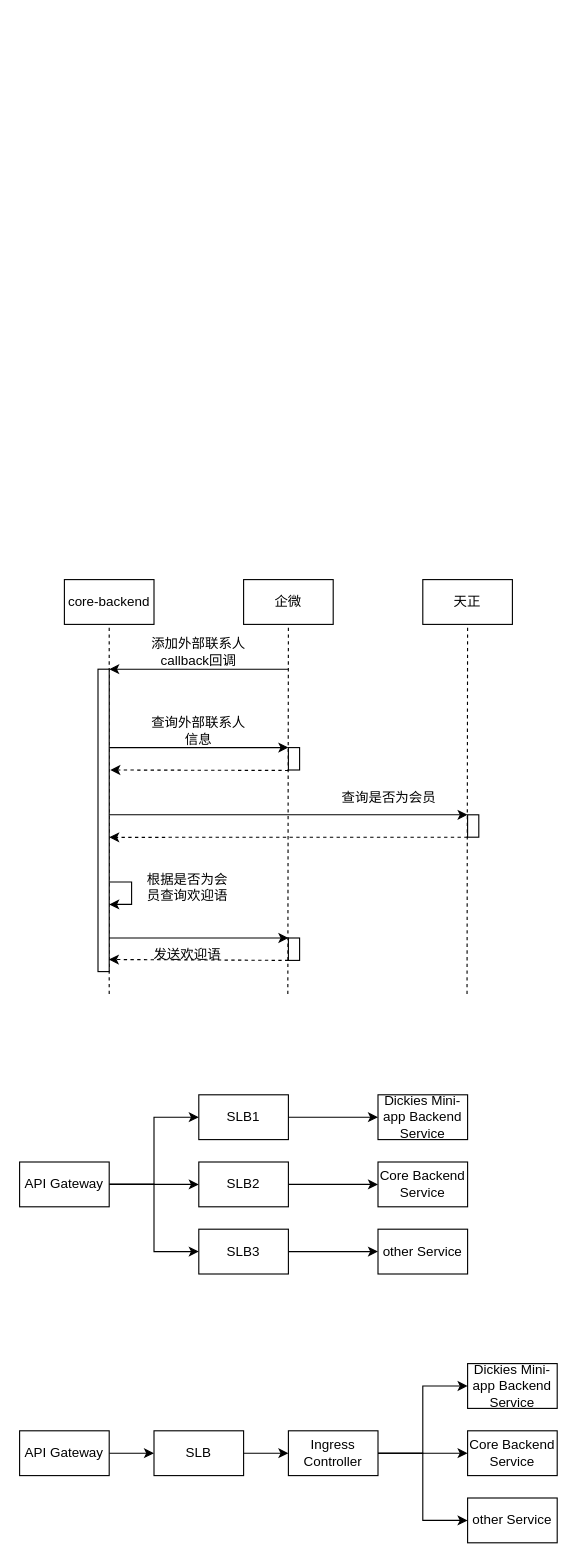
This is VF/发送欢迎语.drawio from yeahsyoung/diagram, a draw.io file, before an edit. Source tidied: cells renumbered, new cells numbered last; positions are measured from the earlier drawing's top-left corner, leaving out a move shared by most shapes. Both pictures are drawn from the tidied source at 112%, with x=0, y=0 at pixel (19, 579).
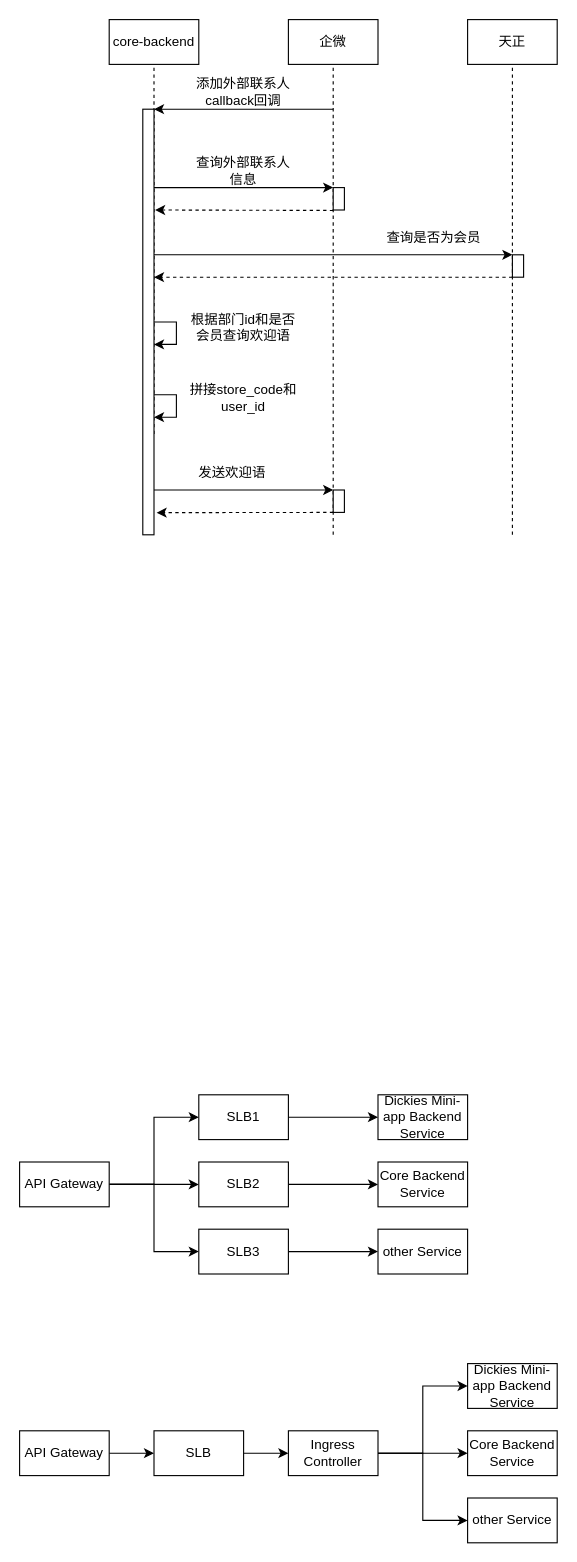
The same diagram, later.

Commit message:
更新发送欢迎语.drawio

Diff of the diagram source:
```diff
@@
     <mxCell id="2" value="core-backend" style="rounded=0;whiteSpace=wrap;html=1;" parent="1" vertex="1">
-      <mxGeometry x="40" width="80" height="40" as="geometry" />
+      <mxGeometry x="80" y="-500" width="80" height="40" as="geometry" />
     </mxCell>
     <mxCell id="3" value="企微" style="rounded=0;whiteSpace=wrap;html=1;" parent="1" vertex="1">
-      <mxGeometry x="200" width="80" height="40" as="geometry" />
+      <mxGeometry x="240" y="-500" width="80" height="40" as="geometry" />
     </mxCell>
     <mxCell id="4" value="天正" style="rounded=0;whiteSpace=wrap;html=1;" parent="1" vertex="1">
-      <mxGeometry x="360" width="80" height="40" as="geometry" />
+      <mxGeometry x="400" y="-500" width="80" height="40" as="geometry" />
     </mxCell>
     <mxCell id="5" style="endArrow=none;dashed=1;html=1;rounded=0;entryX=0.5;entryY=1;entryDx=0;entryDy=0;" parent="1" edge="1" target="2">
       <mxGeometry relative="1" as="geometry">
-        <mxPoint x="80" y="370" as="sourcePoint" />
+        <mxPoint x="120" y="-130" as="sourcePoint" />
       </mxGeometry>
     </mxCell>
     <mxCell id="6" style="endArrow=none;dashed=1;html=1;rounded=0;entryX=0.5;entryY=1;entryDx=0;entryDy=0;" parent="1" edge="1" target="3">
       <mxGeometry relative="1" as="geometry">
-        <mxPoint x="239.5" y="370" as="sourcePoint" />
+        <mxPoint x="280" y="-40" as="sourcePoint" />
       </mxGeometry>
     </mxCell>
     <mxCell id="7" style="endArrow=none;dashed=1;html=1;rounded=0;entryX=0.5;entryY=1;entryDx=0;entryDy=0;" parent="1" edge="1" target="4">
       <mxGeometry relative="1" as="geometry">
-        <mxPoint x="399.5" y="370" as="sourcePoint" />
+        <mxPoint x="440" y="-40" as="sourcePoint" />
       </mxGeometry>
     </mxCell>
     <mxCell id="8" style="endArrow=classic;html=1;rounded=0;entryX=1;entryY=0;entryDx=0;entryDy=0;" parent="1" edge="1" target="10">
       <mxGeometry relative="1" as="geometry">
-        <mxPoint x="240" y="80" as="sourcePoint" />
+        <mxPoint x="280" y="-420" as="sourcePoint" />
       </mxGeometry>
     </mxCell>
     <mxCell id="9" value="添加外部联系人callback回调" style="text;html=1;strokeColor=none;fillColor=none;align=center;verticalAlign=middle;whiteSpace=wrap;rounded=0;" parent="1" vertex="1">
-      <mxGeometry x="110" y="50" width="100" height="30" as="geometry" />
+      <mxGeometry x="150" y="-450" width="100" height="30" as="geometry" />
     </mxCell>
     <mxCell id="10" style="rounded=0;whiteSpace=wrap;html=1;" parent="1" vertex="1">
-      <mxGeometry x="70" y="80" width="10" height="270" as="geometry" />
+      <mxGeometry x="110" y="-420" width="10" height="380" as="geometry" />
     </mxCell>
     <mxCell id="11" value="查询外部联系人信息" style="text;html=1;strokeColor=none;fillColor=none;align=center;verticalAlign=middle;whiteSpace=wrap;rounded=0;" parent="1" vertex="1">
-      <mxGeometry x="115" y="120" width="90" height="30" as="geometry" />
+      <mxGeometry x="155" y="-380" width="90" height="30" as="geometry" />
     </mxCell>
     <mxCell id="12" style="endArrow=classic;html=1;rounded=0;" parent="1" edge="1">
       <mxGeometry relative="1" as="geometry">
-        <mxPoint x="80" y="210" as="sourcePoint" />
-        <mxPoint x="400" y="210" as="targetPoint" />
+        <mxPoint x="120" y="-290" as="sourcePoint" />
+        <mxPoint x="440" y="-290" as="targetPoint" />
       </mxGeometry>
     </mxCell>
     <mxCell id="13" style="rounded=0;whiteSpace=wrap;html=1;" parent="1" vertex="1">
-      <mxGeometry x="400" y="210" width="10" height="20" as="geometry" />
+      <mxGeometry x="440" y="-290" width="10" height="20" as="geometry" />
     </mxCell>
     <mxCell id="14" value="查询是否为会员" style="text;html=1;strokeColor=none;fillColor=none;align=center;verticalAlign=middle;whiteSpace=wrap;rounded=0;" parent="1" vertex="1">
-      <mxGeometry x="280" y="180" width="100" height="30" as="geometry" />
+      <mxGeometry x="320" y="-320" width="100" height="30" as="geometry" />
     </mxCell>
-    <mxCell id="15" style="endArrow=classic;html=1;rounded=0;entryX=1;entryY=0.556;entryDx=0;entryDy=0;entryPerimeter=0;dashed=1;" parent="1" edge="1" target="10">
+    <mxCell id="15" style="endArrow=classic;html=1;rounded=0;dashed=1;" parent="1" edge="1">
       <mxGeometry relative="1" as="geometry">
-        <mxPoint x="400" y="230" as="sourcePoint" />
+        <mxPoint x="440" y="-270" as="sourcePoint" />
+        <mxPoint x="120" y="-270" as="targetPoint" />
       </mxGeometry>
     </mxCell>
     <mxCell id="16" style="endArrow=classic;html=1;rounded=0;" parent="1" edge="1">
       <mxGeometry relative="1" as="geometry">
-        <mxPoint x="80" y="270" as="sourcePoint" />
-        <mxPoint x="80" y="290" as="targetPoint" />
+        <mxPoint x="120" y="-230" as="sourcePoint" />
+        <mxPoint x="120" y="-210" as="targetPoint" />
         <Array as="points">
-          <mxPoint x="100" y="270" />
-          <mxPoint x="100" y="290" />
+          <mxPoint x="140" y="-230" />
+          <mxPoint x="140" y="-210" />
         </Array>
       </mxGeometry>
     </mxCell>
-    <mxCell id="17" value="根据是否为会员查询欢迎语" style="text;html=1;strokeColor=none;fillColor=none;align=center;verticalAlign=middle;whiteSpace=wrap;rounded=0;" parent="1" vertex="1">
-      <mxGeometry x="110" y="260" width="80" height="30" as="geometry" />
+    <mxCell id="17" value="根据部门id和是否会员查询欢迎语" style="text;html=1;strokeColor=none;fillColor=none;align=center;verticalAlign=middle;whiteSpace=wrap;rounded=0;" parent="1" vertex="1">
+      <mxGeometry x="150" y="-240" width="100" height="30" as="geometry" />
     </mxCell>
     <mxCell id="18" style="endArrow=classic;html=1;rounded=0;" parent="1" edge="1">
       <mxGeometry relative="1" as="geometry">
-        <mxPoint x="80" y="320" as="sourcePoint" />
-        <mxPoint x="240" y="320" as="targetPoint" />
+        <mxPoint x="120" y="-80" as="sourcePoint" />
+        <mxPoint x="280" y="-80" as="targetPoint" />
       </mxGeometry>
     </mxCell>
     <mxCell id="19" style="rounded=0;whiteSpace=wrap;html=1;" parent="1" vertex="1">
-      <mxGeometry x="240" y="320" width="10" height="20" as="geometry" />
+      <mxGeometry x="280" y="-80" width="10" height="20" as="geometry" />
     </mxCell>
     <mxCell id="20" value="发送欢迎语" style="text;html=1;strokeColor=none;fillColor=none;align=center;verticalAlign=middle;whiteSpace=wrap;rounded=0;" parent="1" vertex="1">
-      <mxGeometry x="115" y="320" width="70" height="30" as="geometry" />
+      <mxGeometry x="155" y="-110" width="70" height="30" as="geometry" />
     </mxCell>
     <mxCell id="21" style="endArrow=classic;html=1;rounded=0;" parent="1" edge="1">
       <mxGeometry relative="1" as="geometry">
-        <mxPoint x="80" y="150" as="sourcePoint" />
-        <mxPoint x="240" y="150" as="targetPoint" />
+        <mxPoint x="120" y="-350" as="sourcePoint" />
+        <mxPoint x="280" y="-350" as="targetPoint" />
       </mxGeometry>
     </mxCell>
-    <mxCell id="22" style="endArrow=classic;html=1;rounded=0;entryX=0.967;entryY=0.96;entryDx=0;entryDy=0;entryPerimeter=0;dashed=1;exitX=0;exitY=1;exitDx=0;exitDy=0;" parent="1" edge="1" source="19" target="10">
+    <mxCell id="22" style="endArrow=classic;html=1;rounded=0;dashed=1;exitX=0;exitY=1;exitDx=0;exitDy=0;entryX=1.233;entryY=0.948;entryDx=0;entryDy=0;entryPerimeter=0;" parent="1" edge="1" source="19" target="10">
       <mxGeometry relative="1" as="geometry" />
     </mxCell>
     <mxCell id="23" style="endArrow=classic;html=1;rounded=0;dashed=1;exitX=0;exitY=1;exitDx=0;exitDy=0;" parent="1" edge="1">
       <mxGeometry relative="1" as="geometry">
-        <mxPoint x="240" y="170.4" as="sourcePoint" />
-        <mxPoint x="81" y="170" as="targetPoint" />
+        <mxPoint x="280" y="-329.6" as="sourcePoint" />
+        <mxPoint x="121" y="-330" as="targetPoint" />
       </mxGeometry>
     </mxCell>
     <mxCell id="24" style="rounded=0;whiteSpace=wrap;html=1;" parent="1" vertex="1">
-      <mxGeometry x="240" y="150" width="10" height="20" as="geometry" />
+      <mxGeometry x="280" y="-350" width="10" height="20" as="geometry" />
     </mxCell>
@@
+    <mxCell id="49" style="endArrow=classic;html=1;rounded=0;" parent="1" edge="1">
+      <mxGeometry relative="1" as="geometry">
+        <mxPoint x="120" y="-165" as="sourcePoint" />
+        <mxPoint x="120" y="-145" as="targetPoint" />
+        <Array as="points">
+          <mxPoint x="140" y="-165" />
+          <mxPoint x="140" y="-145" />
+        </Array>
+      </mxGeometry>
+    </mxCell>
+    <mxCell id="50" value="拼接store_code和user_id" style="text;html=1;strokeColor=none;fillColor=none;align=center;verticalAlign=middle;whiteSpace=wrap;rounded=0;" parent="1" vertex="1">
+      <mxGeometry x="145" y="-180" width="110" height="35" as="geometry" />
+    </mxCell>
```
